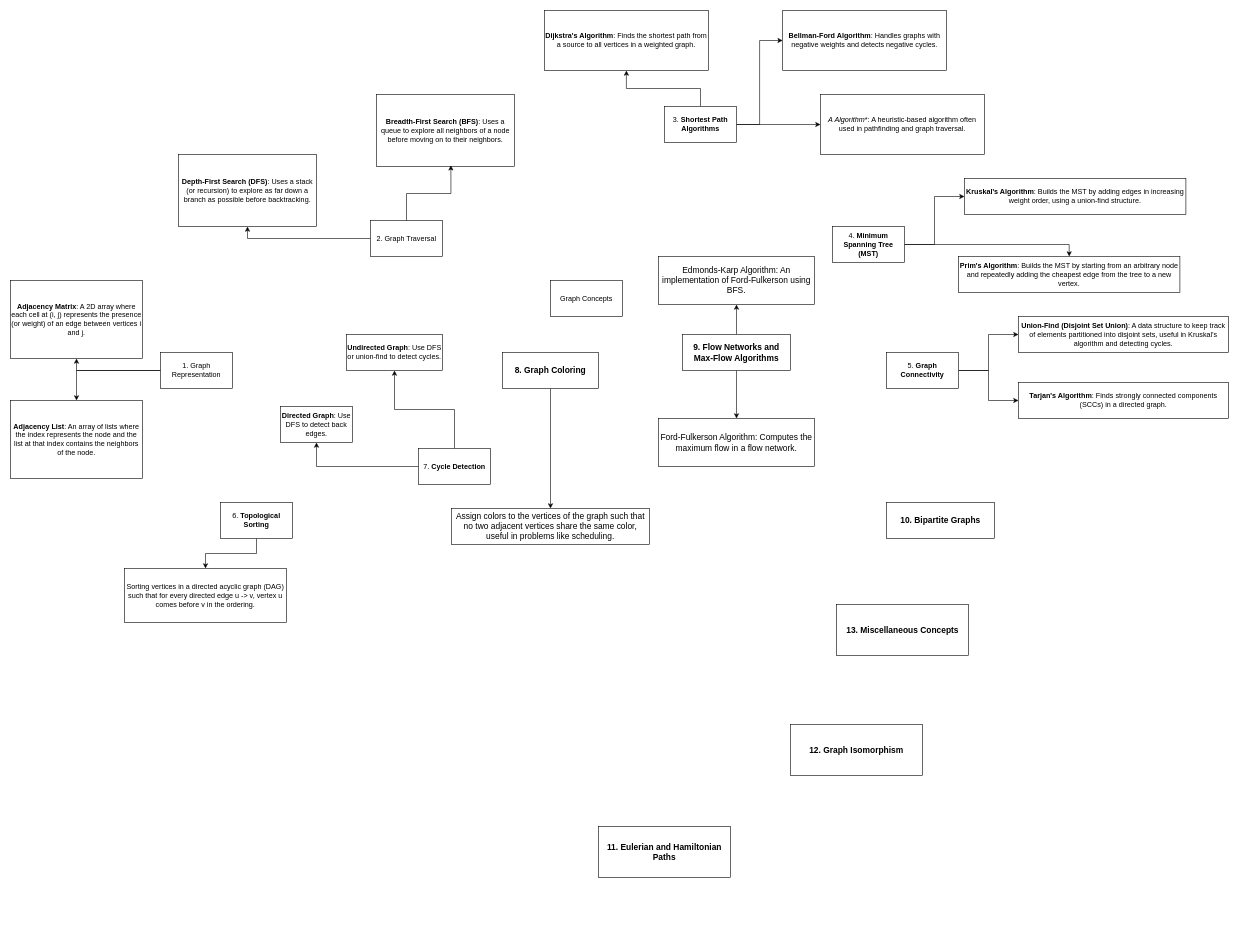
Earlier version of the draw.io diagram graphsconcepts.drawio (KaidenCoder/DrawIORepo). Source tidied: cells renumbered, new cells numbered last; positions are measured from the earlier drawing's top-left corner, leaving out a move shared by most shapes. Both pictures are drawn from the tidied source at 60%, with x=0, y=0 at pixel (10, 10).
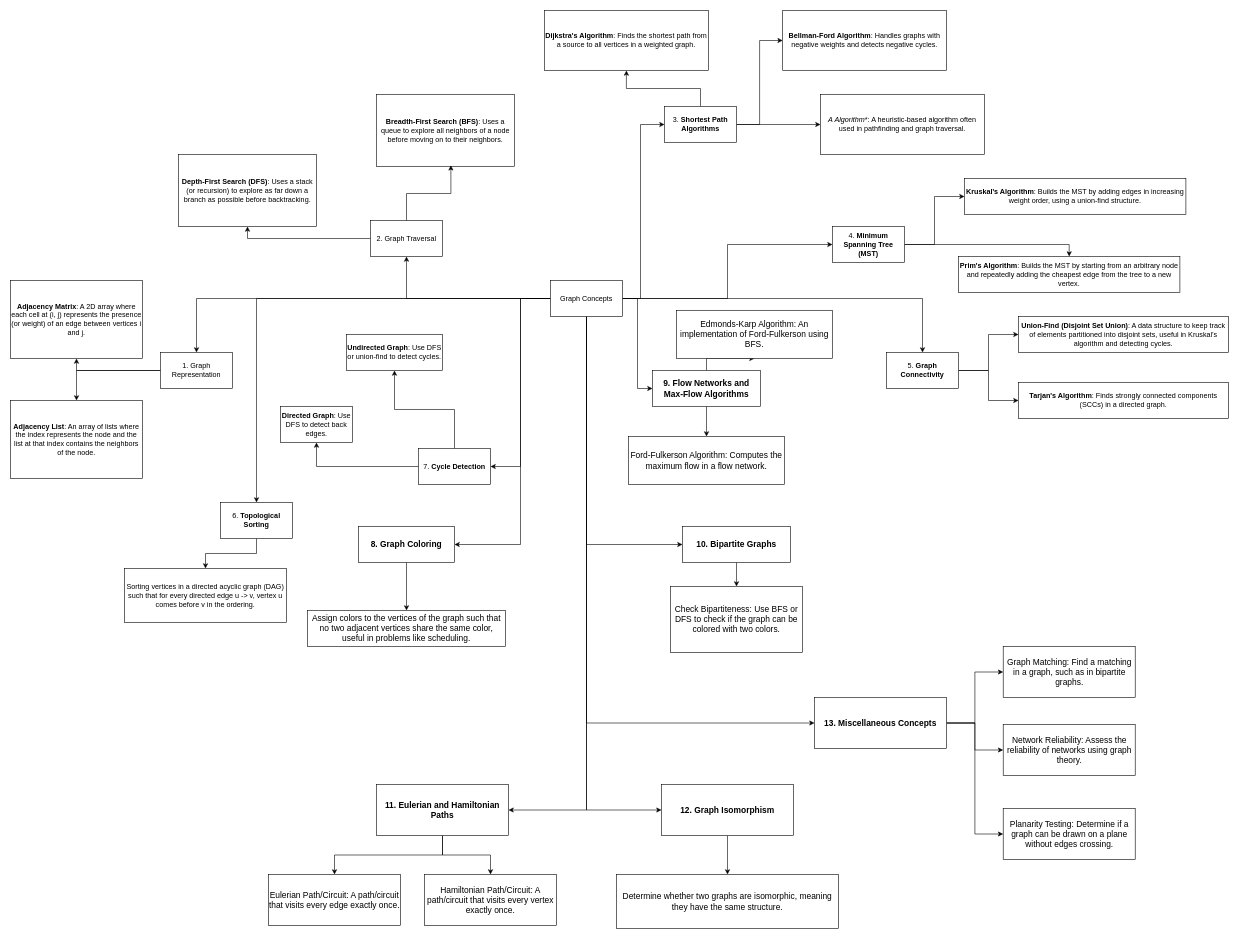
After the change.

The change refers to these unchanged cells:
```xml
<mxCell id="2" value="Graph Concepts" style="rounded=0;whiteSpace=wrap;html=1;" parent="1" vertex="1">
  <mxGeometry x="900" y="450" width="120" height="60" as="geometry" />
</mxCell>
<mxCell id="5" value="1. Graph Representation" style="rounded=0;whiteSpace=wrap;html=1;" parent="1" vertex="1">
  <mxGeometry x="250" y="570" width="120" height="60" as="geometry" />
</mxCell>
<mxCell id="7" value="2. Graph Traversal" style="rounded=0;whiteSpace=wrap;html=1;" parent="1" vertex="1">
  <mxGeometry x="600" y="350" width="120" height="60" as="geometry" />
</mxCell>
<mxCell id="11" value="3. &lt;strong&gt;Shortest Path Algorithms&lt;/strong&gt;" style="rounded=0;whiteSpace=wrap;html=1;" parent="1" vertex="1">
  <mxGeometry x="1090" y="160" width="120" height="60" as="geometry" />
</mxCell>
<mxCell id="14" value="4. &lt;strong&gt;Minimum Spanning Tree (MST)&lt;/strong&gt;" style="rounded=0;whiteSpace=wrap;html=1;" parent="1" vertex="1">
  <mxGeometry x="1370" y="360" width="120" height="60" as="geometry" />
</mxCell>
<mxCell id="17" value="5. &lt;strong&gt;Graph Connectivity&lt;/strong&gt;" style="rounded=0;whiteSpace=wrap;html=1;" parent="1" vertex="1">
  <mxGeometry x="1460" y="570" width="120" height="60" as="geometry" />
</mxCell>
<mxCell id="19" value="6. &lt;strong&gt;Topological Sorting&lt;/strong&gt;" style="rounded=0;whiteSpace=wrap;html=1;" parent="1" vertex="1">
  <mxGeometry x="350" y="820" width="120" height="60" as="geometry" />
</mxCell>
<mxCell id="22" value="7. &lt;strong&gt;Cycle Detection&lt;/strong&gt;" style="rounded=0;whiteSpace=wrap;html=1;" parent="1" vertex="1">
  <mxGeometry x="680" y="730" width="120" height="60" as="geometry" />
</mxCell>
```

The edit, as a diff of the source:
```diff
@@
+    <mxCell id="50" style="edgeStyle=orthogonalEdgeStyle;rounded=0;jettySize=auto;html=1;entryX=0.5;entryY=0;entryDx=0;entryDy=0;" parent="1" edge="1" source="2" target="5">
+      <mxGeometry relative="1" as="geometry" />
+    </mxCell>
+    <mxCell id="51" style="edgeStyle=orthogonalEdgeStyle;rounded=0;jettySize=auto;html=1;entryX=0.5;entryY=1;entryDx=0;entryDy=0;" parent="1" edge="1" source="2" target="7">
+      <mxGeometry relative="1" as="geometry" />
+    </mxCell>
+    <mxCell id="52" style="edgeStyle=orthogonalEdgeStyle;rounded=0;jettySize=auto;html=1;entryX=0;entryY=0.5;entryDx=0;entryDy=0;" parent="1" edge="1" source="2" target="11">
+      <mxGeometry relative="1" as="geometry">
+        <Array as="points">
+          <mxPoint x="1050" y="480" />
+          <mxPoint x="1050" y="190" />
+        </Array>
+      </mxGeometry>
+    </mxCell>
+    <mxCell id="53" style="edgeStyle=orthogonalEdgeStyle;rounded=0;jettySize=auto;html=1;entryX=0;entryY=0.5;entryDx=0;entryDy=0;" parent="1" edge="1" source="2" target="14">
+      <mxGeometry relative="1" as="geometry" />
+    </mxCell>
+    <mxCell id="54" style="edgeStyle=orthogonalEdgeStyle;rounded=0;jettySize=auto;html=1;entryX=0;entryY=0.5;entryDx=0;entryDy=0;" parent="1" edge="1" source="2" target="27">
+      <mxGeometry relative="1" as="geometry" />
+    </mxCell>
+    <mxCell id="55" style="edgeStyle=orthogonalEdgeStyle;rounded=0;jettySize=auto;html=1;entryX=0.5;entryY=0;entryDx=0;entryDy=0;" parent="1" edge="1" source="2" target="17">
+      <mxGeometry relative="1" as="geometry" />
+    </mxCell>
+    <mxCell id="56" style="edgeStyle=orthogonalEdgeStyle;rounded=0;jettySize=auto;html=1;" parent="1" edge="1" source="2" target="19">
+      <mxGeometry relative="1" as="geometry" />
+    </mxCell>
+    <mxCell id="57" style="edgeStyle=orthogonalEdgeStyle;rounded=0;jettySize=auto;html=1;entryX=1;entryY=0.5;entryDx=0;entryDy=0;" parent="1" edge="1" source="2" target="22">
+      <mxGeometry relative="1" as="geometry" />
+    </mxCell>
+    <mxCell id="58" style="edgeStyle=orthogonalEdgeStyle;rounded=0;jettySize=auto;html=1;entryX=1;entryY=0.5;entryDx=0;entryDy=0;" parent="1" edge="1" source="2" target="24">
+      <mxGeometry relative="1" as="geometry">
+        <Array as="points">
+          <mxPoint x="850" y="480" />
+          <mxPoint x="850" y="890" />
+        </Array>
+      </mxGeometry>
+    </mxCell>
+    <mxCell id="59" style="edgeStyle=orthogonalEdgeStyle;rounded=0;jettySize=auto;html=1;entryX=0;entryY=0.5;entryDx=0;entryDy=0;" parent="1" edge="1" source="2" target="28">
+      <mxGeometry relative="1" as="geometry">
+        <Array as="points">
+          <mxPoint x="960" y="890" />
+        </Array>
+      </mxGeometry>
+    </mxCell>
+    <mxCell id="60" style="edgeStyle=orthogonalEdgeStyle;rounded=0;jettySize=auto;html=1;entryX=1;entryY=0.5;entryDx=0;entryDy=0;" parent="1" edge="1" source="2" target="29">
+      <mxGeometry relative="1" as="geometry">
+        <Array as="points">
+          <mxPoint x="960" y="1332" />
+        </Array>
+      </mxGeometry>
+    </mxCell>
+    <mxCell id="61" style="edgeStyle=orthogonalEdgeStyle;rounded=0;jettySize=auto;html=1;entryX=0;entryY=0.5;entryDx=0;entryDy=0;" parent="1" edge="1" source="2" target="30">
+      <mxGeometry relative="1" as="geometry">
+        <Array as="points">
+          <mxPoint x="960" y="1333" />
+        </Array>
+      </mxGeometry>
+    </mxCell>
+    <mxCell id="62" style="edgeStyle=orthogonalEdgeStyle;rounded=0;jettySize=auto;html=1;entryX=0;entryY=0.5;entryDx=0;entryDy=0;" parent="1" edge="1" source="2" target="31">
+      <mxGeometry relative="1" as="geometry">
+        <Array as="points">
+          <mxPoint x="960" y="1188" />
+        </Array>
+      </mxGeometry>
+    </mxCell>
@@
     <mxCell id="24" value="&lt;h3&gt;8. &lt;strong&gt;Graph Coloring&lt;/strong&gt;&lt;/h3&gt;" style="rounded=0;whiteSpace=wrap;html=1;" parent="1" vertex="1">
-      <mxGeometry x="820" y="570" width="160" height="60" as="geometry" />
+      <mxGeometry x="580" y="860" width="160" height="60" as="geometry" />
     </mxCell>
@@
     <mxCell id="27" value="&lt;h3&gt;9. &lt;strong&gt;Flow Networks and Max-Flow Algorithms&lt;/strong&gt;&lt;br&gt;&lt;/h3&gt;" style="rounded=0;whiteSpace=wrap;html=1;" parent="1" vertex="1">
-      <mxGeometry x="1120" y="540" width="180" height="60" as="geometry" />
+      <mxGeometry x="1070" y="600" width="180" height="60" as="geometry" />
     </mxCell>
+    <mxCell id="63" style="edgeStyle=orthogonalEdgeStyle;rounded=0;jettySize=auto;html=1;" parent="1" edge="1" source="28" target="70">
+      <mxGeometry relative="1" as="geometry" />
+    </mxCell>
     <mxCell id="28" value="&lt;h3&gt;10. &lt;strong&gt;Bipartite Graphs&lt;/strong&gt;&lt;br&gt;&lt;/h3&gt;" style="rounded=0;whiteSpace=wrap;html=1;" parent="1" vertex="1">
-      <mxGeometry x="1460" y="820" width="180" height="60" as="geometry" />
+      <mxGeometry x="1120" y="860" width="180" height="60" as="geometry" />
     </mxCell>
+    <mxCell id="64" style="edgeStyle=orthogonalEdgeStyle;rounded=0;jettySize=auto;html=1;entryX=0.5;entryY=0;entryDx=0;entryDy=0;" parent="1" edge="1" source="29" target="71">
+      <mxGeometry relative="1" as="geometry" />
+    </mxCell>
+    <mxCell id="65" style="edgeStyle=orthogonalEdgeStyle;rounded=0;jettySize=auto;html=1;" parent="1" edge="1" source="29" target="72">
+      <mxGeometry relative="1" as="geometry" />
+    </mxCell>
     <mxCell id="29" value="&lt;h3&gt;11. &lt;strong&gt;Eulerian and Hamiltonian Paths&lt;/strong&gt;&lt;/h3&gt;" style="rounded=0;whiteSpace=wrap;html=1;" parent="1" vertex="1">
-      <mxGeometry x="980" y="1360" width="220" height="85" as="geometry" />
+      <mxGeometry x="610" y="1290" width="220" height="85" as="geometry" />
     </mxCell>
+    <mxCell id="66" style="edgeStyle=orthogonalEdgeStyle;rounded=0;jettySize=auto;html=1;entryX=0.5;entryY=0;entryDx=0;entryDy=0;" parent="1" edge="1" source="30" target="73">
+      <mxGeometry relative="1" as="geometry" />
+    </mxCell>
     <mxCell id="30" value="&lt;h3&gt;12. &lt;strong&gt;Graph Isomorphism&lt;/strong&gt;&lt;br&gt;&lt;/h3&gt;" style="rounded=0;whiteSpace=wrap;html=1;" parent="1" vertex="1">
-      <mxGeometry x="1300" y="1190" width="220" height="85" as="geometry" />
+      <mxGeometry x="1085" y="1290" width="220" height="85" as="geometry" />
     </mxCell>
+    <mxCell id="67" style="edgeStyle=orthogonalEdgeStyle;rounded=0;jettySize=auto;html=1;entryX=0;entryY=0.5;entryDx=0;entryDy=0;" parent="1" edge="1" source="31" target="74">
+      <mxGeometry relative="1" as="geometry" />
+    </mxCell>
+    <mxCell id="68" style="edgeStyle=orthogonalEdgeStyle;rounded=0;jettySize=auto;html=1;entryX=0;entryY=0.5;entryDx=0;entryDy=0;" parent="1" edge="1" source="31" target="75">
+      <mxGeometry relative="1" as="geometry" />
+    </mxCell>
+    <mxCell id="69" style="edgeStyle=orthogonalEdgeStyle;rounded=0;jettySize=auto;html=1;entryX=0;entryY=0.5;entryDx=0;entryDy=0;" parent="1" edge="1" source="31" target="76">
+      <mxGeometry relative="1" as="geometry" />
+    </mxCell>
     <mxCell id="31" value="&lt;h3&gt;13. &lt;strong&gt;Miscellaneous Concepts&lt;/strong&gt;&lt;br&gt;&lt;/h3&gt;" style="rounded=0;whiteSpace=wrap;html=1;" parent="1" vertex="1">
-      <mxGeometry x="1376.5" y="990" width="220" height="85" as="geometry" />
+      <mxGeometry x="1340" y="1145" width="220" height="85" as="geometry" />
     </mxCell>
@@
     <mxCell id="47" value="&lt;h3&gt;&lt;span style=&quot;font-weight: normal;&quot;&gt;Assign colors to the vertices of the graph such that no two adjacent vertices share the same color, useful in problems like scheduling.&lt;/span&gt;&lt;br&gt;&lt;/h3&gt;" style="rounded=0;whiteSpace=wrap;html=1;" parent="1" vertex="1">
-      <mxGeometry x="735" y="830" width="330" height="60" as="geometry" />
+      <mxGeometry x="495" y="1000" width="330" height="60" as="geometry" />
     </mxCell>
     <mxCell id="48" value="&lt;h3&gt;&lt;span style=&quot;font-weight: normal;&quot;&gt;Ford-Fulkerson Algorithm: Computes the maximum flow in a flow network.&lt;/span&gt;&lt;br&gt;&lt;/h3&gt;" style="rounded=0;whiteSpace=wrap;html=1;" parent="1" vertex="1">
-      <mxGeometry x="1080" y="680" width="260" height="80" as="geometry" />
+      <mxGeometry x="1030" y="710" width="260" height="80" as="geometry" />
     </mxCell>
     <mxCell id="49" value="&lt;h3&gt;&lt;span style=&quot;font-weight: normal;&quot;&gt;Edmonds-Karp Algorithm: An implementation of Ford-Fulkerson using BFS.&lt;/span&gt;&lt;br&gt;&lt;/h3&gt;" style="rounded=0;whiteSpace=wrap;html=1;" parent="1" vertex="1">
-      <mxGeometry x="1080" y="410" width="260" height="80" as="geometry" />
+      <mxGeometry x="1110" y="500" width="260" height="80" as="geometry" />
     </mxCell>
+    <mxCell id="70" value="&lt;h3&gt;&lt;span style=&quot;font-weight: normal;&quot;&gt;Check Bipartiteness: Use BFS or DFS to check if the graph can be colored with two colors.&lt;/span&gt;&lt;br&gt;&lt;/h3&gt;" style="rounded=0;whiteSpace=wrap;html=1;" parent="1" vertex="1">
+      <mxGeometry x="1100" y="960" width="220" height="110" as="geometry" />
+    </mxCell>
+    <mxCell id="71" value="&lt;h3&gt;&lt;span style=&quot;font-weight: normal;&quot;&gt;Eulerian Path/Circuit: A path/circuit that visits every edge exactly once.&lt;/span&gt;&lt;br&gt;&lt;/h3&gt;" style="rounded=0;whiteSpace=wrap;html=1;" parent="1" vertex="1">
+      <mxGeometry x="430" y="1440" width="220" height="85" as="geometry" />
+    </mxCell>
+    <mxCell id="72" value="&lt;h3&gt;&lt;span style=&quot;font-weight: normal;&quot;&gt;Hamiltonian Path/Circuit: A path/circuit that visits every vertex exactly once.&lt;/span&gt;&lt;br&gt;&lt;/h3&gt;" style="rounded=0;whiteSpace=wrap;html=1;" parent="1" vertex="1">
+      <mxGeometry x="690" y="1440" width="220" height="85" as="geometry" />
+    </mxCell>
+    <mxCell id="73" value="&lt;h3&gt;&lt;span style=&quot;font-weight: normal;&quot;&gt;Determine whether two graphs are isomorphic, meaning they have the same structure.&lt;/span&gt;&lt;br&gt;&lt;/h3&gt;" style="rounded=0;whiteSpace=wrap;html=1;" parent="1" vertex="1">
+      <mxGeometry x="1010" y="1440" width="370" height="90" as="geometry" />
+    </mxCell>
+    <mxCell id="74" value="&lt;h3&gt;&lt;span style=&quot;font-weight: normal;&quot;&gt;Graph Matching: Find a matching in a graph, such as in bipartite graphs.&lt;/span&gt;&lt;br&gt;&lt;/h3&gt;" style="rounded=0;whiteSpace=wrap;html=1;" parent="1" vertex="1">
+      <mxGeometry x="1654.5" y="1060" width="220" height="85" as="geometry" />
+    </mxCell>
+    <mxCell id="75" value="&lt;h3&gt;&lt;span style=&quot;font-weight: normal;&quot;&gt;Network Reliability: Assess the reliability of networks using graph theory.&lt;/span&gt;&lt;br&gt;&lt;/h3&gt;" style="rounded=0;whiteSpace=wrap;html=1;" parent="1" vertex="1">
+      <mxGeometry x="1654.5" y="1190" width="220" height="85" as="geometry" />
+    </mxCell>
+    <mxCell id="76" value="&lt;h3&gt;&lt;span style=&quot;font-weight: normal;&quot;&gt;Planarity Testing: Determine if a graph can be drawn on a plane without edges crossing.&lt;/span&gt;&lt;br&gt;&lt;/h3&gt;" style="rounded=0;whiteSpace=wrap;html=1;" parent="1" vertex="1">
+      <mxGeometry x="1654.5" y="1330" width="220" height="85" as="geometry" />
+    </mxCell>
```
